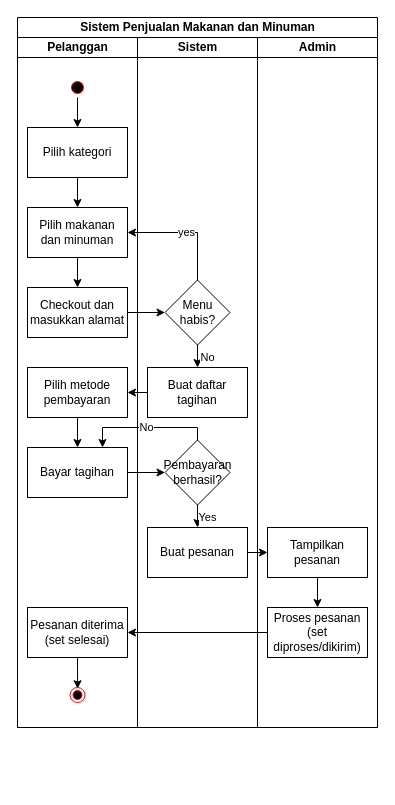
Earlier version of the draw.io diagram page "Page-1" (1 of 2) of Untitled Diagram.drawio (dzikfr/codewarsjs). Source tidied: cells renumbered, new cells numbered last; positions are measured from the earlier drawing's top-left corner, leaving out a move shared by most shapes. Both pictures are drawn from the tidied source at 100%, with x=0, y=0 at pixel (17, 17).
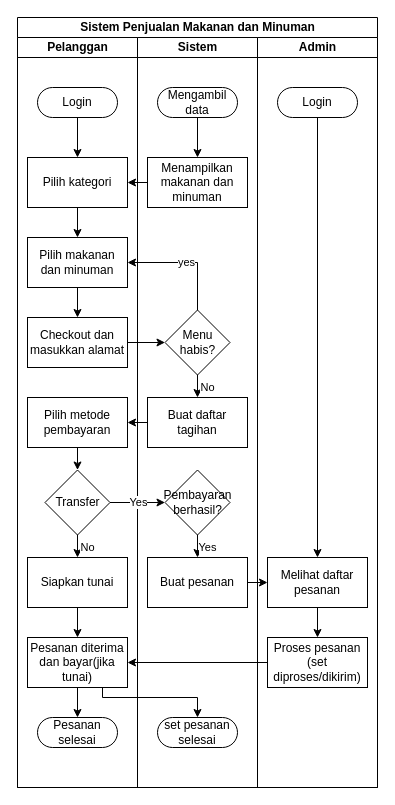
The same diagram, later.

Change to the diagram source:
```diff
@@
     <mxCell id="2" value="Sistem Penjualan Makanan dan Minuman" style="swimlane;startSize=20;html=1;" parent="1" vertex="1">
-      <mxGeometry width="360" height="710" as="geometry" />
+      <mxGeometry width="360" height="770" as="geometry" />
     </mxCell>
     <mxCell id="3" value="Pelanggan" style="swimlane;startSize=20;html=1;" parent="2" vertex="1">
-      <mxGeometry y="20" width="120" height="690" as="geometry" />
+      <mxGeometry y="20" width="120" height="750" as="geometry" />
     </mxCell>
-    <mxCell id="4" style="edgeStyle=orthogonalEdgeStyle;rounded=0;jettySize=auto;html=1;exitX=0.5;exitY=1;exitDx=0;exitDy=0;entryX=0.5;entryY=0;entryDx=0;entryDy=0;" parent="3" edge="1" source="5" target="7">
-      <mxGeometry relative="1" as="geometry" />
-    </mxCell>
-    <mxCell id="5" style="ellipse;html=1;shape=startState;fillColor=#000000;strokeColor=#ff0000;" parent="3" vertex="1">
-      <mxGeometry x="50" y="40" width="20" height="20" as="geometry" />
-    </mxCell>
@@
     <mxCell id="7" value="Pilih kategori" style="rounded=0;whiteSpace=wrap;html=1;" parent="3" vertex="1">
-      <mxGeometry x="10" y="90" width="100" height="50" as="geometry" />
+      <mxGeometry x="10" y="120" width="100" height="50" as="geometry" />
     </mxCell>
@@
     <mxCell id="9" value="Pilih makanan dan minuman" style="rounded=0;whiteSpace=wrap;html=1;" parent="3" vertex="1">
-      <mxGeometry x="10" y="170" width="100" height="50" as="geometry" />
+      <mxGeometry x="10" y="200" width="100" height="50" as="geometry" />
     </mxCell>
     <mxCell id="10" value="Checkout dan masukkan alamat" style="rounded=0;whiteSpace=wrap;html=1;" parent="3" vertex="1">
-      <mxGeometry x="10" y="250" width="100" height="50" as="geometry" />
+      <mxGeometry x="10" y="280" width="100" height="50" as="geometry" />
     </mxCell>
-    <mxCell id="11" style="edgeStyle=orthogonalEdgeStyle;rounded=0;jettySize=auto;html=1;exitX=0.5;exitY=1;exitDx=0;exitDy=0;entryX=0.5;entryY=0;entryDx=0;entryDy=0;" parent="3" edge="1" source="12" target="13">
-      <mxGeometry relative="1" as="geometry" />
-    </mxCell>
+    <mxCell id="35" style="edgeStyle=orthogonalEdgeStyle;rounded=0;jettySize=auto;html=1;exitX=0.5;exitY=1;exitDx=0;exitDy=0;entryX=0.5;entryY=0;entryDx=0;entryDy=0;" parent="3" edge="1" source="12" target="38">
+      <mxGeometry relative="1" as="geometry" />
+    </mxCell>
     <mxCell id="12" value="Pilih metode pembayaran" style="rounded=0;whiteSpace=wrap;html=1;" parent="3" vertex="1">
-      <mxGeometry x="10" y="330" width="100" height="50" as="geometry" />
+      <mxGeometry x="10" y="360" width="100" height="50" as="geometry" />
     </mxCell>
+    <mxCell id="36" style="edgeStyle=orthogonalEdgeStyle;rounded=0;jettySize=auto;html=1;exitX=0.5;exitY=1;exitDx=0;exitDy=0;entryX=0.5;entryY=0;entryDx=0;entryDy=0;" parent="3" edge="1" source="13" target="15">
+      <mxGeometry relative="1" as="geometry" />
+    </mxCell>
-    <mxCell id="13" value="Bayar tagihan" style="rounded=0;whiteSpace=wrap;html=1;" parent="3" vertex="1">
-      <mxGeometry x="10" y="410" width="100" height="50" as="geometry" />
+    <mxCell id="13" value="Siapkan tunai" style="rounded=0;whiteSpace=wrap;html=1;" parent="3" vertex="1">
+      <mxGeometry x="10" y="520" width="100" height="50" as="geometry" />
     </mxCell>
-    <mxCell id="14" style="edgeStyle=orthogonalEdgeStyle;rounded=0;jettySize=auto;html=1;exitX=0.5;exitY=1;exitDx=0;exitDy=0;entryX=0.507;entryY=0.082;entryDx=0;entryDy=0;entryPerimeter=0;" parent="3" edge="1" source="15" target="16">
-      <mxGeometry relative="1" as="geometry" />
-    </mxCell>
-    <mxCell id="15" value="Pesanan diterima&lt;div&gt;(set selesai)&lt;/div&gt;" style="rounded=0;whiteSpace=wrap;html=1;" parent="3" vertex="1">
-      <mxGeometry x="10" y="570" width="100" height="50" as="geometry" />
+    <mxCell id="15" value="Pesanan diterima dan bayar(jika tunai)" style="rounded=0;whiteSpace=wrap;html=1;" parent="3" vertex="1">
+      <mxGeometry x="10" y="600" width="100" height="50" as="geometry" />
     </mxCell>
-    <mxCell id="16" style="ellipse;html=1;shape=endState;fillColor=#000000;strokeColor=#ff0000;" parent="3" vertex="1">
-      <mxGeometry x="52.5" y="650" width="15" height="15" as="geometry" />
-    </mxCell>
+    <mxCell id="37" style="edgeStyle=orthogonalEdgeStyle;rounded=0;jettySize=auto;html=1;exitX=0.5;exitY=0.5;exitDx=0;exitDy=15;entryX=0.5;entryY=0;entryDx=0;entryDy=0;exitPerimeter=0;" parent="3" edge="1" source="39" target="7">
+      <mxGeometry relative="1" as="geometry" />
+    </mxCell>
+    <mxCell id="33" value="No" style="edgeStyle=orthogonalEdgeStyle;rounded=0;jettySize=auto;html=1;exitX=0.5;exitY=1;exitDx=0;exitDy=0;entryX=0.5;entryY=0;entryDx=0;entryDy=0;" parent="3" edge="1" source="38" target="13">
+      <mxGeometry x="0.11" y="10" relative="1" as="geometry" />
+    </mxCell>
+    <mxCell id="38" value="Transfer" style="rhombus;whiteSpace=wrap;html=1;" parent="3" vertex="1">
+      <mxGeometry x="27.5" y="432.5" width="65" height="65" as="geometry" />
+    </mxCell>
+    <mxCell id="39" value="Login" style="html=1;dashed=0;whiteSpace=wrap;shape=mxgraph.dfd.start;" parent="3" vertex="1">
+      <mxGeometry x="20" y="50" width="80" height="30" as="geometry" />
+    </mxCell>
+    <mxCell id="40" value="Pesanan selesai" style="html=1;dashed=0;whiteSpace=wrap;shape=mxgraph.dfd.start;" parent="3" vertex="1">
+      <mxGeometry x="20" y="680" width="80" height="30" as="geometry" />
+    </mxCell>
+    <mxCell id="41" style="edgeStyle=orthogonalEdgeStyle;rounded=0;jettySize=auto;html=1;exitX=0.5;exitY=1;exitDx=0;exitDy=0;entryX=0.5;entryY=0.5;entryDx=0;entryDy=-15;entryPerimeter=0;" parent="3" edge="1" source="15" target="40">
+      <mxGeometry relative="1" as="geometry" />
+    </mxCell>
     <mxCell id="17" value="Sistem" style="swimlane;startSize=20;html=1;" parent="2" vertex="1">
-      <mxGeometry x="120" y="20" width="120" height="690" as="geometry" />
+      <mxGeometry x="120" y="20" width="120" height="750" as="geometry" />
     </mxCell>
@@
     <mxCell id="19" value="Menu habis?" style="rhombus;whiteSpace=wrap;html=1;" parent="17" vertex="1">
-      <mxGeometry x="27.5" y="242.5" width="65" height="65" as="geometry" />
+      <mxGeometry x="27.5" y="272.5" width="65" height="65" as="geometry" />
     </mxCell>
     <mxCell id="20" value="Buat daftar tagihan" style="rounded=0;whiteSpace=wrap;html=1;" parent="17" vertex="1">
-      <mxGeometry x="10" y="330" width="100" height="50" as="geometry" />
+      <mxGeometry x="10" y="360" width="100" height="50" as="geometry" />
     </mxCell>
@@
     <mxCell id="22" value="Pembayaran berhasil?" style="rhombus;whiteSpace=wrap;html=1;" parent="17" vertex="1">
-      <mxGeometry x="27.5" y="402.5" width="65" height="65" as="geometry" />
+      <mxGeometry x="27.5" y="432.5" width="65" height="65" as="geometry" />
     </mxCell>
     <mxCell id="23" value="Buat pesanan" style="rounded=0;whiteSpace=wrap;html=1;" parent="17" vertex="1">
-      <mxGeometry x="10" y="490" width="100" height="50" as="geometry" />
+      <mxGeometry x="10" y="520" width="100" height="50" as="geometry" />
     </mxCell>
+    <mxCell id="42" value="set pesanan selesai" style="html=1;dashed=0;whiteSpace=wrap;shape=mxgraph.dfd.start;" parent="17" vertex="1">
+      <mxGeometry x="20" y="680" width="80" height="30" as="geometry" />
+    </mxCell>
+    <mxCell id="43" style="edgeStyle=orthogonalEdgeStyle;rounded=0;jettySize=auto;html=1;exitX=0.5;exitY=0.5;exitDx=0;exitDy=15;exitPerimeter=0;entryX=0.5;entryY=0;entryDx=0;entryDy=0;" parent="17" edge="1" source="44" target="45">
+      <mxGeometry relative="1" as="geometry" />
+    </mxCell>
+    <mxCell id="44" value="Mengambil data" style="html=1;dashed=0;whiteSpace=wrap;shape=mxgraph.dfd.start;" parent="17" vertex="1">
+      <mxGeometry x="20" y="50" width="80" height="30" as="geometry" />
+    </mxCell>
+    <mxCell id="45" value="Menampilkan makanan dan minuman" style="rounded=0;whiteSpace=wrap;html=1;" parent="17" vertex="1">
+      <mxGeometry x="10" y="120" width="100" height="50" as="geometry" />
+    </mxCell>
     <mxCell id="24" value="Admin" style="swimlane;startSize=20;html=1;" parent="2" vertex="1">
-      <mxGeometry x="240" y="20" width="120" height="690" as="geometry" />
+      <mxGeometry x="240" y="20" width="120" height="750" as="geometry" />
     </mxCell>
@@
-    <mxCell id="26" value="Tampilkan pesanan" style="rounded=0;whiteSpace=wrap;html=1;" parent="24" vertex="1">
-      <mxGeometry x="10" y="490" width="100" height="50" as="geometry" />
+    <mxCell id="26" value="Melihat daftar pesanan" style="rounded=0;whiteSpace=wrap;html=1;" parent="24" vertex="1">
+      <mxGeometry x="10" y="520" width="100" height="50" as="geometry" />
     </mxCell>
     <mxCell id="27" value="Proses pesanan&lt;div&gt;(set diproses/dikirim)&lt;/div&gt;" style="rounded=0;whiteSpace=wrap;html=1;" parent="24" vertex="1">
-      <mxGeometry x="10" y="570" width="100" height="50" as="geometry" />
+      <mxGeometry x="10" y="600" width="100" height="50" as="geometry" />
     </mxCell>
+    <mxCell id="46" style="edgeStyle=orthogonalEdgeStyle;rounded=0;jettySize=auto;html=1;exitX=0.5;exitY=0.5;exitDx=0;exitDy=15;exitPerimeter=0;entryX=0.5;entryY=0;entryDx=0;entryDy=0;" parent="24" edge="1" source="47" target="26">
+      <mxGeometry relative="1" as="geometry" />
+    </mxCell>
+    <mxCell id="47" value="Login" style="html=1;dashed=0;whiteSpace=wrap;shape=mxgraph.dfd.start;" parent="24" vertex="1">
+      <mxGeometry x="20" y="50" width="80" height="30" as="geometry" />
+    </mxCell>
@@
-    <mxCell id="31" style="edgeStyle=orthogonalEdgeStyle;rounded=0;jettySize=auto;html=1;exitX=1;exitY=0.5;exitDx=0;exitDy=0;entryX=0;entryY=0.5;entryDx=0;entryDy=0;" parent="2" edge="1" source="13" target="22">
-      <mxGeometry relative="1" as="geometry" />
-    </mxCell>
@@
-    <mxCell id="33" value="No" style="edgeStyle=orthogonalEdgeStyle;rounded=0;jettySize=auto;html=1;exitX=0.5;exitY=0;exitDx=0;exitDy=0;entryX=0.75;entryY=0;entryDx=0;entryDy=0;" parent="2" edge="1" source="22" target="13">
-      <mxGeometry relative="1" as="geometry">
-        <Array as="points">
-          <mxPoint x="180" y="410" />
-          <mxPoint x="85" y="410" />
-        </Array>
-      </mxGeometry>
-    </mxCell>
@@
+    <mxCell id="48" value="Yes" style="edgeStyle=orthogonalEdgeStyle;rounded=0;jettySize=auto;html=1;exitX=1;exitY=0.5;exitDx=0;exitDy=0;entryX=0;entryY=0.5;entryDx=0;entryDy=0;" parent="2" edge="1" source="38" target="22">
+      <mxGeometry relative="1" as="geometry" />
+    </mxCell>
+    <mxCell id="49" style="edgeStyle=orthogonalEdgeStyle;rounded=0;jettySize=auto;html=1;exitX=0.75;exitY=1;exitDx=0;exitDy=0;entryX=0.5;entryY=0.5;entryDx=0;entryDy=-15;entryPerimeter=0;" parent="2" edge="1" source="15" target="42">
+      <mxGeometry relative="1" as="geometry">
+        <Array as="points">
+          <mxPoint x="85" y="680" />
+          <mxPoint x="180" y="680" />
+        </Array>
+      </mxGeometry>
+    </mxCell>
+    <mxCell id="50" style="edgeStyle=orthogonalEdgeStyle;rounded=0;jettySize=auto;html=1;exitX=0;exitY=0.5;exitDx=0;exitDy=0;entryX=1;entryY=0.5;entryDx=0;entryDy=0;" parent="2" edge="1" source="45" target="7">
+      <mxGeometry relative="1" as="geometry" />
+    </mxCell>
```
